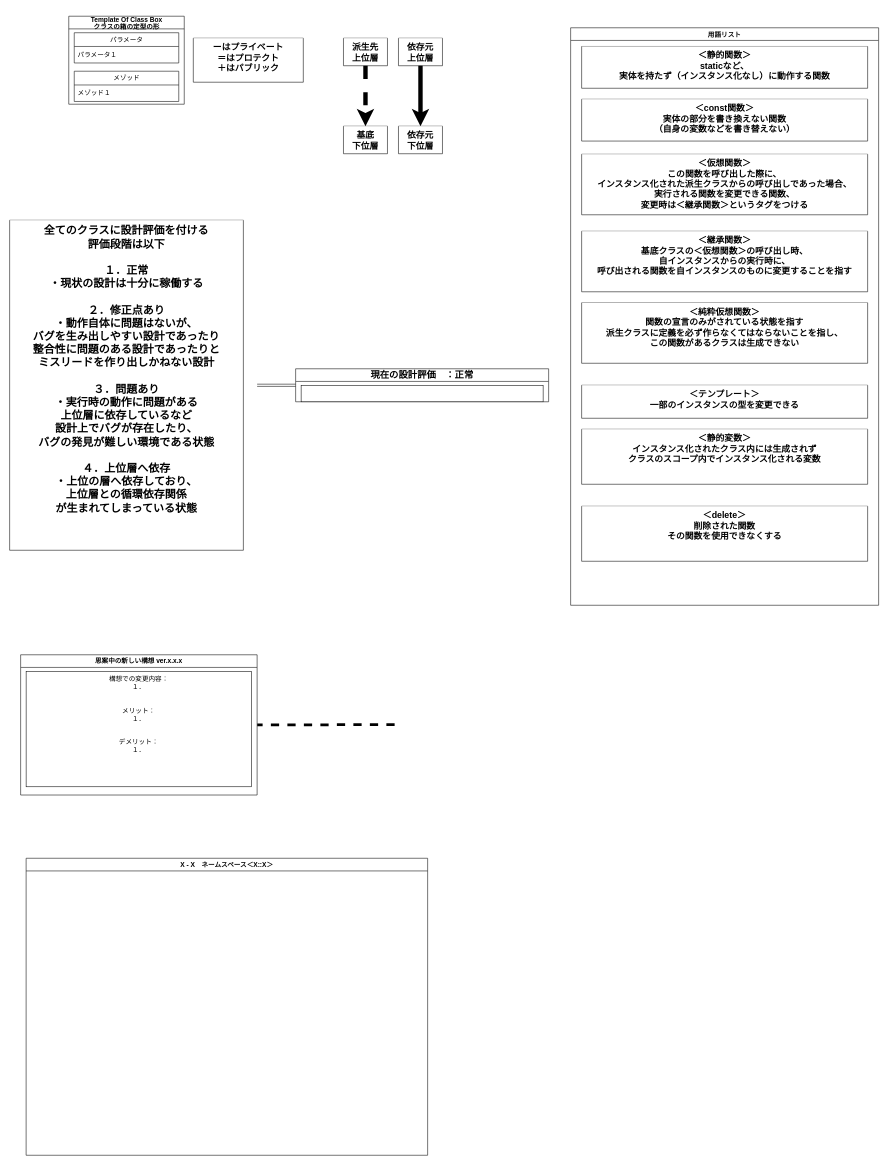
Above: クラス図/クラス図の仕様/クラス図の仕様.drawio in Grouse16/Cliques_Engine (draw.io), before the change. Source tidied: cells renumbered, new cells numbered last; positions are measured from the earlier drawing's top-left corner, leaving out a move shared by most shapes. Both pictures are drawn from the tidied source at 55%, with x=0, y=0 at pixel (9, 16).
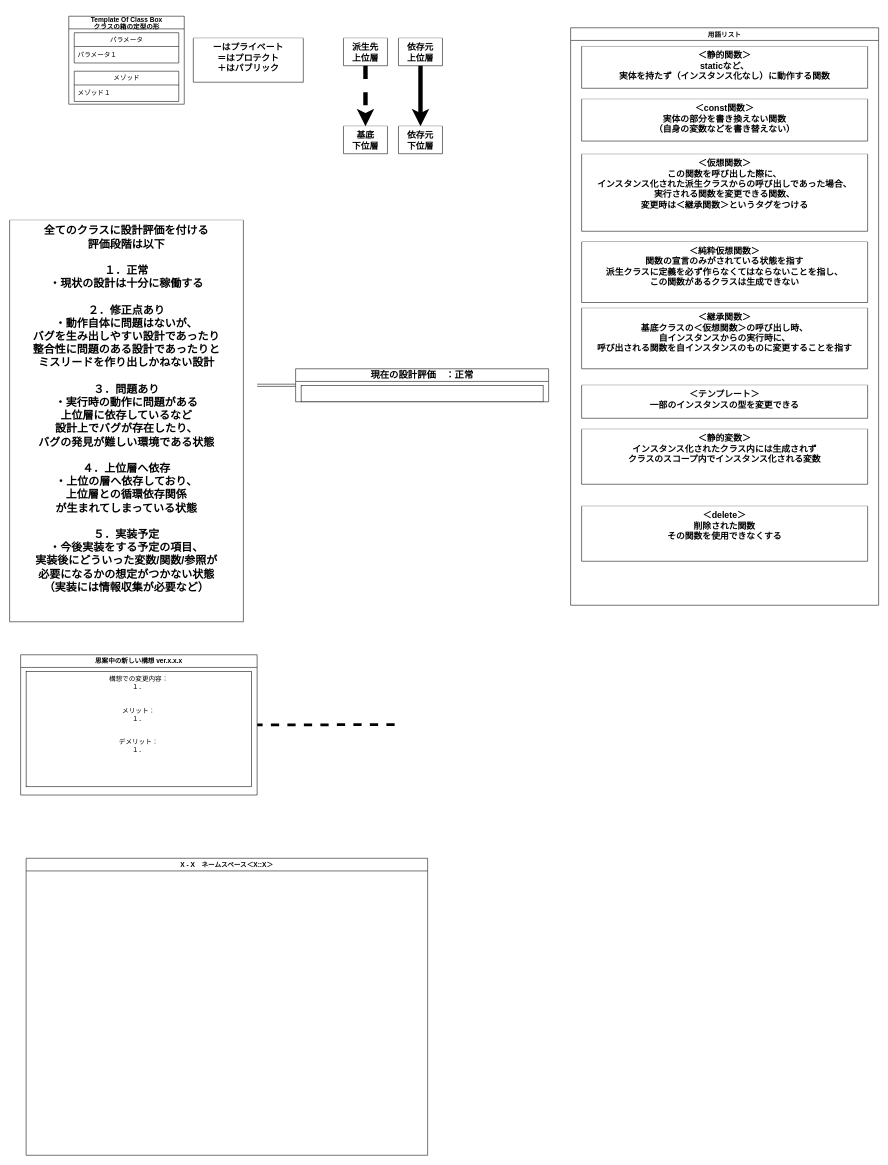
After the change.

The change refers to these unchanged cells:
```xml
<mxCell id="18" value="&lt;p style=&quot;line-height: 100%;&quot;&gt;用語リスト&lt;/p&gt;" style="swimlane;whiteSpace=wrap;html=1;swimlaneFillColor=default;" parent="1" vertex="1">
  <mxGeometry x="1020" y="21" width="560" height="1050" as="geometry" />
</mxCell>
```

Change to the diagram source:
```diff
@@
-    <mxCell id="8" value="全てのクラスに設計評価を付ける&#10;評価段階は以下&#10;&#10;１．正常&#10;・現状の設計は十分に稼働する&#10;&#10;２．修正点あり&#10;・動作自体に問題はないが、&#10;バグを生み出しやすい設計であったり&#10;整合性に問題のある設計であったりと&#10;ミスリードを作り出しかねない設計&#10;&#10;３．問題あり&#10;・実行時の動作に問題がある&#10;上位層に依存しているなど&#10;設計上でバグが存在したり、&#10;バグの発見が難しい環境である状態&#10;&#10;４．上位層へ依存&#10;・上位の層へ依存しており、&#10;上位層との循環依存関係&#10;が生まれてしまっている状態" style="swimlane;startSize=0;swimlaneFillColor=default;verticalAlign=top;fontSize=20;" parent="1" vertex="1">
-      <mxGeometry y="371" width="425" height="600" as="geometry" />
+    <mxCell id="8" value="全てのクラスに設計評価を付ける&#10;評価段階は以下&#10;&#10;１．正常&#10;・現状の設計は十分に稼働する&#10;&#10;２．修正点あり&#10;・動作自体に問題はないが、&#10;バグを生み出しやすい設計であったり&#10;整合性に問題のある設計であったりと&#10;ミスリードを作り出しかねない設計&#10;&#10;３．問題あり&#10;・実行時の動作に問題がある&#10;上位層に依存しているなど&#10;設計上でバグが存在したり、&#10;バグの発見が難しい環境である状態&#10;&#10;４．上位層へ依存&#10;・上位の層へ依存しており、&#10;上位層との循環依存関係&#10;が生まれてしまっている状態&#10;&#10;５．実装予定&#10;・今後実装をする予定の項目、&#10;実装後にどういった変数/関数/参照が&#10;必要になるかの想定がつかない状態&#10;（実装には情報収集が必要など）" style="swimlane;startSize=0;swimlaneFillColor=default;verticalAlign=top;fontSize=20;" parent="1" vertex="1">
+      <mxGeometry y="371" width="425" height="730" as="geometry" />
     </mxCell>
@@
     <mxCell id="21" value="＜仮想関数＞&#10;この関数を呼び出した際に、&#10;インスタンス化された派生クラスからの呼び出しであった場合、&#10;実行される関数を変更できる関数、&#10;変更時は＜継承関数＞というタグをつける" style="swimlane;startSize=0;swimlaneFillColor=default;verticalAlign=top;align=center;fontSize=16;" parent="18" vertex="1">
-      <mxGeometry x="20" y="230" width="520" height="110" as="geometry" />
+      <mxGeometry x="20" y="230" width="520" height="140" as="geometry" />
     </mxCell>
     <mxCell id="22" value="＜継承関数＞&#10;基底クラスの＜仮想関数＞の呼び出し時、&#10;自インスタンスからの実行時に、&#10;呼び出される関数を自インスタンスのものに変更することを指す" style="swimlane;startSize=0;swimlaneFillColor=default;verticalAlign=top;align=center;fontSize=16;" parent="18" vertex="1">
-      <mxGeometry x="20" y="370" width="520" height="110" as="geometry" />
+      <mxGeometry x="20" y="510" width="520" height="110" as="geometry" />
     </mxCell>
-    <mxCell id="23" value="＜純粋仮想関数＞&#10;関数の宣言のみがされている状態を指す&#10;派生クラスに定義を必ず作らなくてはならないことを指し、&#10;この関数があるクラスは生成できない" style="swimlane;startSize=0;swimlaneFillColor=default;verticalAlign=top;align=center;fontSize=16;" parent="18" vertex="1">
-      <mxGeometry x="20" y="500" width="520" height="110" as="geometry" />
-    </mxCell>
@@
+    <mxCell id="23" value="＜純粋仮想関数＞&#10;関数の宣言のみがされている状態を指す&#10;派生クラスに定義を必ず作らなくてはならないことを指し、&#10;この関数があるクラスは生成できない" style="swimlane;startSize=0;swimlaneFillColor=default;verticalAlign=top;align=center;fontSize=16;" parent="18" vertex="1">
+      <mxGeometry x="20" y="389.5" width="520" height="110" as="geometry" />
+    </mxCell>
```
